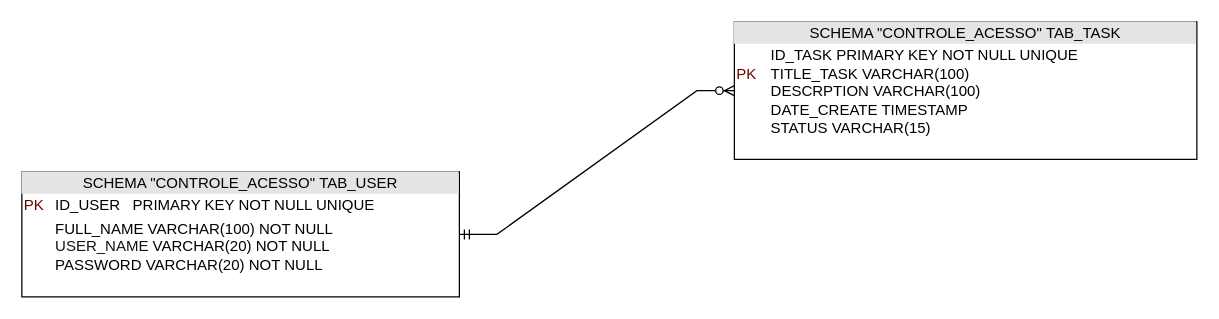
Above: page "diagrama-banco-modelo-fisico" (2 of 2) of diagrama.drawio in edsonrdl/api-generica-spring-boot (draw.io), before the change. Source tidied: cells renumbered, new cells numbered last; positions are measured from the earlier drawing's top-left corner, leaving out a move shared by most shapes. Both pictures are drawn from the tidied source at 125%, with x=0, y=0 at pixel (21, 21).
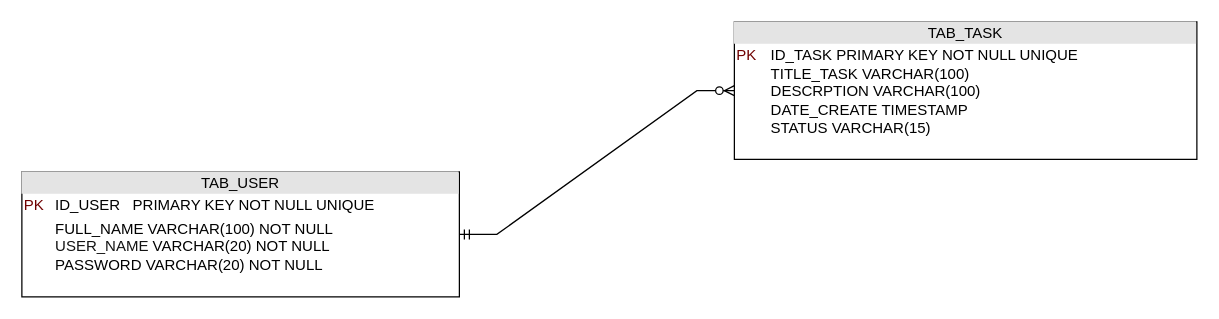
After the change.

Commit message:
doc: atualizado draw io

Change to the diagram source:
```diff
@@
 <mxGraphModel>
   <root>
     <mxCell id="0" />
     <mxCell id="1" parent="0" />
-    <mxCell id="2" value="&lt;div style=&quot;text-align: center; box-sizing: border-box; width: 100%; background: rgb(228, 228, 228); padding: 2px;&quot;&gt;&lt;span style=&quot;text-wrap-mode: nowrap; background-color: transparent; color: light-dark(rgb(0, 0, 0), rgb(255, 255, 255));&quot;&gt;SCHEMA &quot;CONTROLE_ACESSO&quot;&amp;nbsp;&lt;/span&gt;&lt;font style=&quot;color: light-dark(rgb(0, 0, 0), rgb(255, 128, 0));&quot;&gt;TAB_USER&lt;/font&gt;&lt;/div&gt;&lt;table style=&quot;width:100%;font-size:1em;&quot; cellpadding=&quot;2&quot; cellspacing=&quot;0&quot;&gt;&lt;tbody&gt;&lt;tr&gt;&lt;td&gt;&lt;font style=&quot;color: light-dark(rgb(111, 0, 0), rgb(255, 0, 0));&quot;&gt;PK&lt;/font&gt;&lt;br&gt;&lt;/td&gt;&lt;td&gt;ID_USER&amp;nbsp;&lt;font&gt;&lt;font style=&quot;color: light-dark(rgb(0, 0, 0), rgb(255, 217, 102));&quot;&gt;&amp;nbsp;&amp;nbsp;&lt;/font&gt;&lt;/font&gt;&lt;span&gt;&lt;font style=&quot;color: light-dark(rgb(0, 0, 0), rgb(255, 217, 102));&quot;&gt;PRIMARY KEY NOT NULL UNIQUE&lt;/font&gt;&lt;/span&gt;&lt;br&gt;&lt;/td&gt;&lt;/tr&gt;&lt;tr&gt;&lt;td&gt;&lt;br&gt;&lt;/td&gt;&lt;td&gt;&lt;font style=&quot;&quot;&gt;FULL_NAME &lt;font style=&quot;&quot;&gt;&lt;font style=&quot;color: light-dark(rgb(0, 0, 0), rgb(255, 217, 102));&quot;&gt;VARCHAR(100) NOT NULL&lt;/font&gt;&lt;br&gt;&lt;font color=&quot;#121212&quot;&gt;USER_NAME &lt;/font&gt;&lt;font&gt;&lt;font style=&quot;color: light-dark(rgb(0, 0, 0), rgb(255, 217, 102));&quot;&gt;VARCHAR(20) NOT NULL&lt;/font&gt;&lt;br&gt;&lt;font style=&quot;color: light-dark(rgb(0, 0, 0), rgb(255, 255, 255));&quot;&gt;PASSWORD&amp;nbsp;&lt;/font&gt;&lt;font style=&quot;color: light-dark(rgb(0, 0, 0), rgb(255, 217, 102));&quot;&gt;VARCHAR(20) NOT NULL&lt;/font&gt;&lt;/font&gt;&lt;/font&gt;&lt;/font&gt;&lt;/td&gt;&lt;/tr&gt;&lt;/tbody&gt;&lt;/table&gt;" style="verticalAlign=top;align=left;overflow=fill;html=1;whiteSpace=wrap;" parent="1" vertex="1">
+    <mxCell id="2" value="&lt;div style=&quot;text-align: center; box-sizing: border-box; width: 100%; background: rgb(228, 228, 228); padding: 2px;&quot;&gt;&lt;font style=&quot;color: light-dark(rgb(0, 0, 0), rgb(255, 128, 0));&quot;&gt;TAB_USER&lt;/font&gt;&lt;/div&gt;&lt;table style=&quot;width:100%;font-size:1em;&quot; cellpadding=&quot;2&quot; cellspacing=&quot;0&quot;&gt;&lt;tbody&gt;&lt;tr&gt;&lt;td&gt;&lt;font style=&quot;color: light-dark(rgb(111, 0, 0), rgb(255, 0, 0));&quot;&gt;PK&lt;/font&gt;&lt;br&gt;&lt;/td&gt;&lt;td&gt;ID_USER&amp;nbsp;&lt;font&gt;&lt;font style=&quot;color: light-dark(rgb(0, 0, 0), rgb(255, 217, 102));&quot;&gt;&amp;nbsp;&amp;nbsp;&lt;/font&gt;&lt;/font&gt;&lt;span&gt;&lt;font style=&quot;color: light-dark(rgb(0, 0, 0), rgb(255, 217, 102));&quot;&gt;PRIMARY KEY NOT NULL UNIQUE&lt;/font&gt;&lt;/span&gt;&lt;br&gt;&lt;/td&gt;&lt;/tr&gt;&lt;tr&gt;&lt;td&gt;&lt;br&gt;&lt;/td&gt;&lt;td&gt;&lt;font style=&quot;&quot;&gt;FULL_NAME &lt;font style=&quot;&quot;&gt;&lt;font style=&quot;color: light-dark(rgb(0, 0, 0), rgb(255, 217, 102));&quot;&gt;VARCHAR(100) NOT NULL&lt;/font&gt;&lt;br&gt;&lt;font color=&quot;#121212&quot;&gt;USER_NAME &lt;/font&gt;&lt;font&gt;&lt;font style=&quot;color: light-dark(rgb(0, 0, 0), rgb(255, 217, 102));&quot;&gt;VARCHAR(20) NOT NULL&lt;/font&gt;&lt;br&gt;&lt;font style=&quot;color: light-dark(rgb(0, 0, 0), rgb(255, 255, 255));&quot;&gt;PASSWORD&amp;nbsp;&lt;/font&gt;&lt;font style=&quot;color: light-dark(rgb(0, 0, 0), rgb(255, 217, 102));&quot;&gt;VARCHAR(20) NOT NULL&lt;/font&gt;&lt;/font&gt;&lt;/font&gt;&lt;/font&gt;&lt;/td&gt;&lt;/tr&gt;&lt;/tbody&gt;&lt;/table&gt;" style="verticalAlign=top;align=left;overflow=fill;html=1;whiteSpace=wrap;" parent="1" vertex="1">
       <mxGeometry y="120" width="350" height="100" as="geometry" />
     </mxCell>
-    <mxCell id="3" value="&lt;div style=&quot;text-align: center; box-sizing: border-box; width: 100%; background: rgb(228, 228, 228); padding: 2px;&quot;&gt;&lt;span style=&quot;text-wrap-mode: nowrap; background-color: transparent; color: light-dark(rgb(0, 0, 0), rgb(255, 255, 255));&quot;&gt;SCHEMA &quot;CONTROLE_ACESSO&quot;&amp;nbsp;&lt;/span&gt;&lt;font style=&quot;color: light-dark(rgb(0, 0, 0), rgb(255, 128, 0));&quot;&gt;TAB_TASK&lt;/font&gt;&lt;/div&gt;&lt;table style=&quot;width:100%;font-size:1em;&quot; cellpadding=&quot;2&quot; cellspacing=&quot;0&quot;&gt;&lt;tbody&gt;&lt;tr&gt;&lt;td&gt;&lt;font style=&quot;color: light-dark(rgb(111, 0, 0), rgb(255, 0, 0));&quot;&gt;PK&lt;br&gt;&lt;/font&gt;&lt;br&gt;&lt;br&gt;&lt;br&gt;&lt;/td&gt;&lt;td&gt;ID_TASK&amp;nbsp;&lt;font style=&quot;color: light-dark(rgb(0, 0, 0), rgb(255, 255, 102));&quot;&gt;PRIMARY KEY NOT NULL UNIQUE&lt;br&gt;&lt;/font&gt;TITLE_TASK &lt;font style=&quot;&quot;&gt;&lt;font style=&quot;color: light-dark(rgb(0, 0, 0), rgb(255, 217, 102));&quot;&gt;VARCHAR(100)&lt;/font&gt;&lt;br&gt;&lt;font style=&quot;color: light-dark(rgb(0, 0, 0), rgb(255, 255, 255));&quot;&gt;DESCRPTION &lt;/font&gt;&lt;/font&gt;&lt;font style=&quot;&quot;&gt;&lt;font style=&quot;color: light-dark(rgb(0, 0, 0), rgb(255, 217, 102));&quot;&gt;VARCHAR(100)&lt;/font&gt;&lt;br&gt;&lt;font style=&quot;color: rgb(255, 255, 255);&quot;&gt;&lt;font style=&quot;color: light-dark(rgb(0, 0, 0), rgb(255, 255, 255));&quot;&gt;DATE_CREATE &lt;/font&gt;&lt;font style=&quot;color: light-dark(rgb(0, 0, 0), rgb(255, 217, 102));&quot;&gt;TIMESTAMP&lt;br&gt;&lt;/font&gt;&lt;/font&gt;STATUS VARCHAR(15)&lt;br&gt;&lt;br&gt;&lt;/font&gt;&lt;/td&gt;&lt;/tr&gt;&lt;tr&gt;&lt;td&gt;&lt;br&gt;&lt;/td&gt;&lt;td&gt;&lt;br&gt;&lt;/td&gt;&lt;/tr&gt;&lt;/tbody&gt;&lt;/table&gt;" style="verticalAlign=top;align=left;overflow=fill;html=1;whiteSpace=wrap;" parent="1" vertex="1">
+    <mxCell id="3" value="&lt;div style=&quot;text-align: center; box-sizing: border-box; width: 100%; background: rgb(228, 228, 228); padding: 2px;&quot;&gt;&lt;font style=&quot;color: light-dark(rgb(0, 0, 0), rgb(255, 128, 0));&quot;&gt;TAB_TASK&lt;/font&gt;&lt;/div&gt;&lt;table style=&quot;width:100%;font-size:1em;&quot; cellpadding=&quot;2&quot; cellspacing=&quot;0&quot;&gt;&lt;tbody&gt;&lt;tr&gt;&lt;td&gt;&lt;font style=&quot;color: light-dark(rgb(111, 0, 0), rgb(255, 0, 0));&quot;&gt;PK&lt;br&gt;&lt;br&gt;&lt;br&gt;&lt;/font&gt;&lt;br&gt;&lt;br&gt;&lt;br&gt;&lt;/td&gt;&lt;td&gt;ID_TASK&amp;nbsp;&lt;font style=&quot;color: light-dark(rgb(0, 0, 0), rgb(255, 255, 102));&quot;&gt;PRIMARY KEY NOT NULL UNIQUE&lt;br&gt;&lt;/font&gt;TITLE_TASK &lt;font style=&quot;&quot;&gt;&lt;font style=&quot;color: light-dark(rgb(0, 0, 0), rgb(255, 217, 102));&quot;&gt;VARCHAR(100)&lt;/font&gt;&lt;br&gt;&lt;font style=&quot;color: light-dark(rgb(0, 0, 0), rgb(255, 255, 255));&quot;&gt;DESCRPTION &lt;/font&gt;&lt;/font&gt;&lt;font style=&quot;&quot;&gt;&lt;font style=&quot;color: light-dark(rgb(0, 0, 0), rgb(255, 217, 102));&quot;&gt;VARCHAR(100)&lt;/font&gt;&lt;br&gt;&lt;font style=&quot;color: rgb(255, 255, 255);&quot;&gt;&lt;font style=&quot;color: light-dark(rgb(0, 0, 0), rgb(255, 255, 255));&quot;&gt;DATE_CREATE &lt;/font&gt;&lt;font style=&quot;color: light-dark(rgb(0, 0, 0), rgb(255, 217, 102));&quot;&gt;TIMESTAMP&lt;br&gt;&lt;/font&gt;&lt;/font&gt;STATUS VARCHAR(15)&lt;br&gt;&lt;br&gt;&lt;/font&gt;&lt;/td&gt;&lt;/tr&gt;&lt;tr&gt;&lt;td&gt;&lt;br&gt;&lt;/td&gt;&lt;td&gt;&lt;br&gt;&lt;/td&gt;&lt;/tr&gt;&lt;/tbody&gt;&lt;/table&gt;" style="verticalAlign=top;align=left;overflow=fill;html=1;whiteSpace=wrap;" parent="1" vertex="1">
       <mxGeometry x="570" width="370" height="110" as="geometry" />
     </mxCell>
     <mxCell id="4" style="edgeStyle=entityRelationEdgeStyle;fontSize=12;html=1;endArrow=ERzeroToMany;startArrow=ERmandOne;rounded=0;entryX=0;entryY=0.5;entryDx=0;entryDy=0;exitX=1;exitY=0.5;exitDx=0;exitDy=0;" parent="1" edge="1" source="2" target="3">
       <mxGeometry relative="1" as="geometry" />
     </mxCell>
   </root>
 </mxGraphModel>
```
